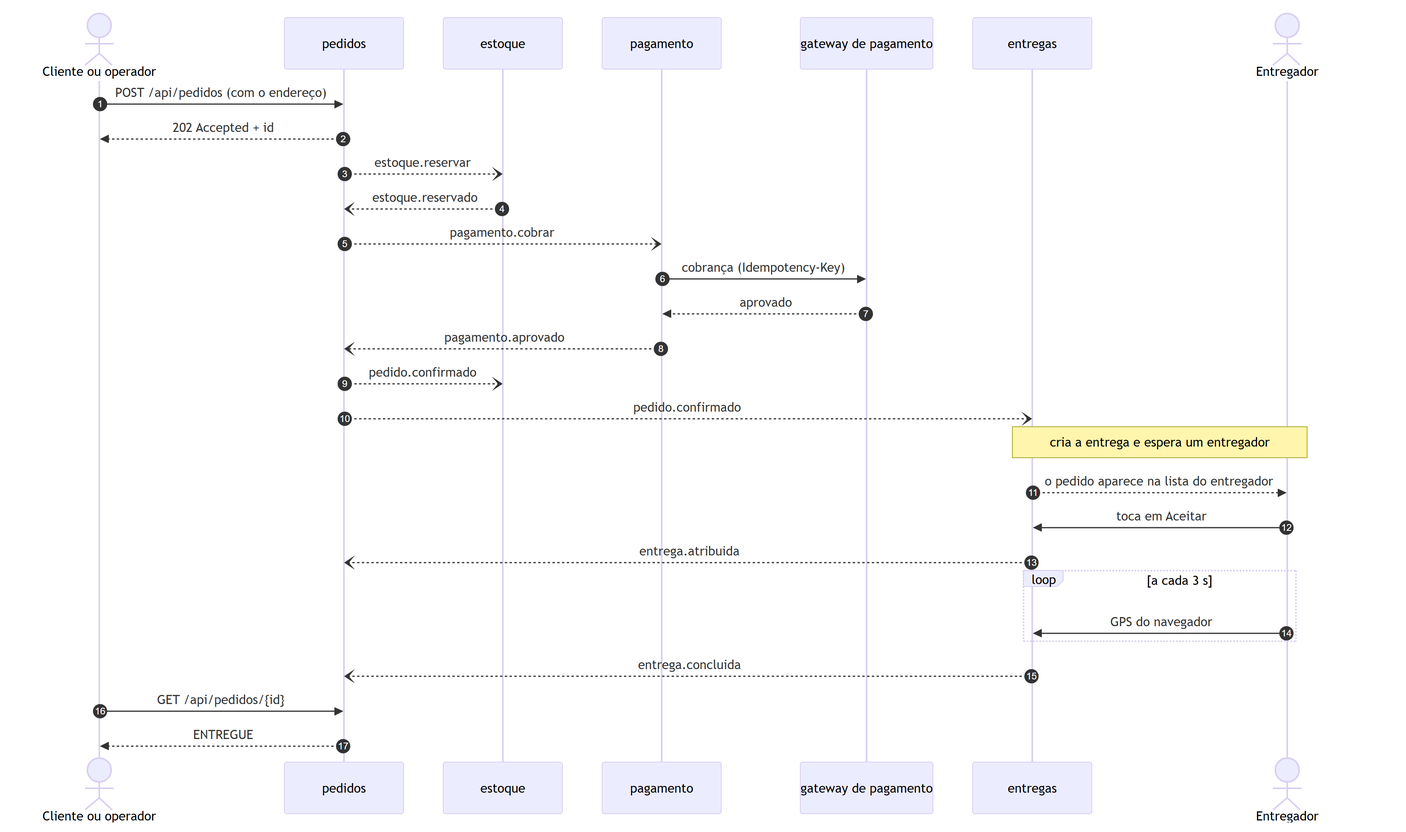
yurirrabelo/5bitsdelivery keeps this Mermaid diagram as docs/arquitetura/saga.png. Above is the earlier version. Its source is kept beside it as docs/arquitetura/saga.mmd.
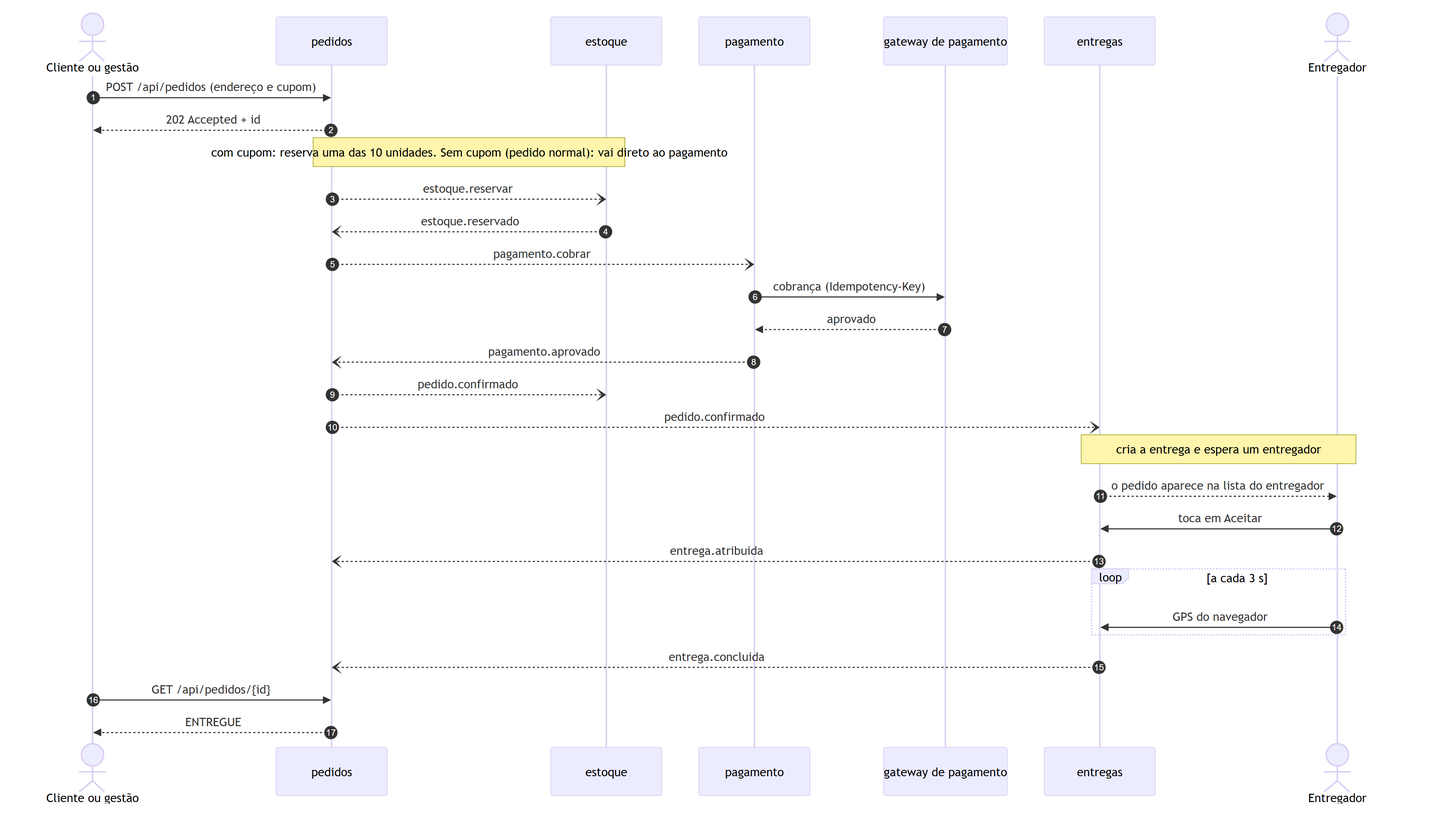
Later version of the same file.

What changed in the source:
```diff
@@ -1,14 +1,15 @@
 sequenceDiagram
     autonumber
-    actor C as Cliente ou operador
+    actor C as Cliente ou gestão
     participant P as pedidos
     participant E as estoque
     participant PG as pagamento
     participant GW as gateway de pagamento
     participant ENT as entregas
     actor M as Entregador
-    C->>P: POST /api/pedidos (com o endereço)
+    C->>P: POST /api/pedidos (endereço e cupom)
     P-->>C: 202 Accepted + id
+    Note over P,E: com cupom: reserva uma das 10 unidades. Sem cupom (pedido normal): vai direto ao pagamento
     P--)E: estoque.reservar
     E--)P: estoque.reservado
     P--)PG: pagamento.cobrar
```
